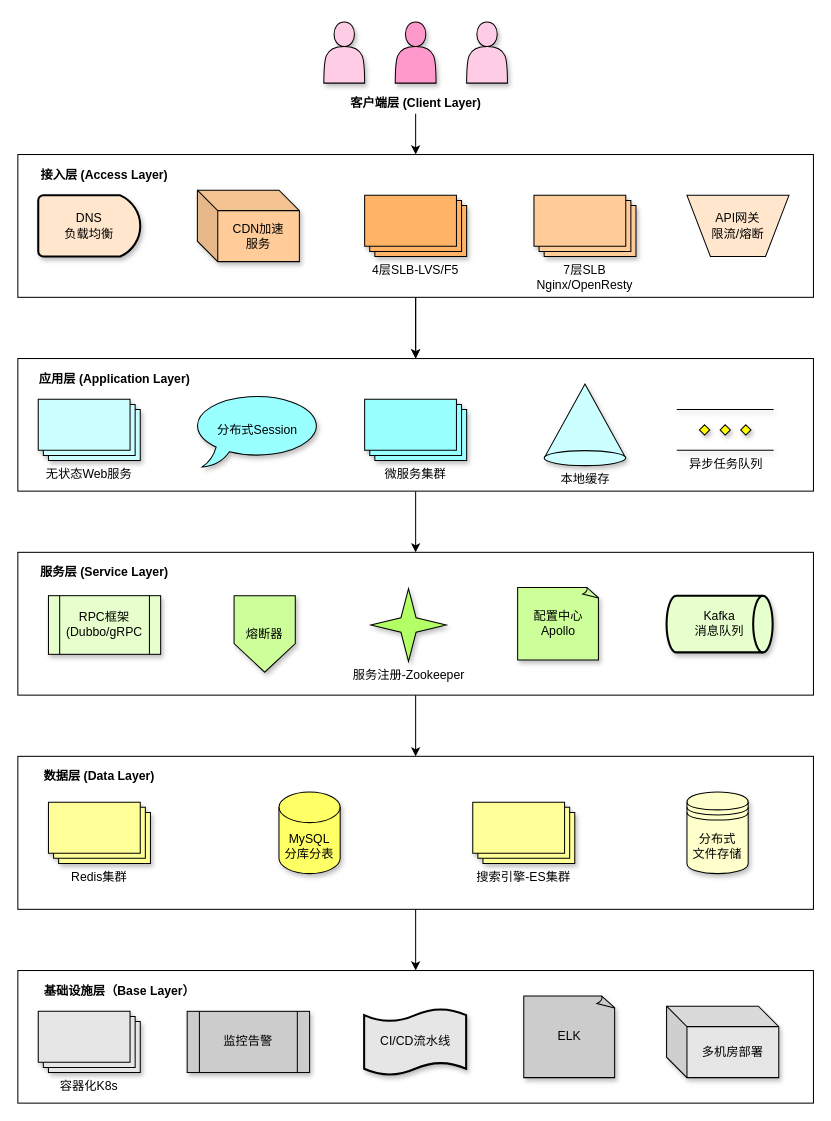
Above: achitecture_diagram/百万QPS分布式架构分层设计.drawio in abigalexy/online_drawing (draw.io), before the change. Source tidied: cells renumbered, new cells numbered last; positions are measured from the earlier drawing's top-left corner, leaving out a move shared by most shapes. Both pictures are drawn from the tidied source at 102%, with x=0, y=0 at pixel (17, 21).
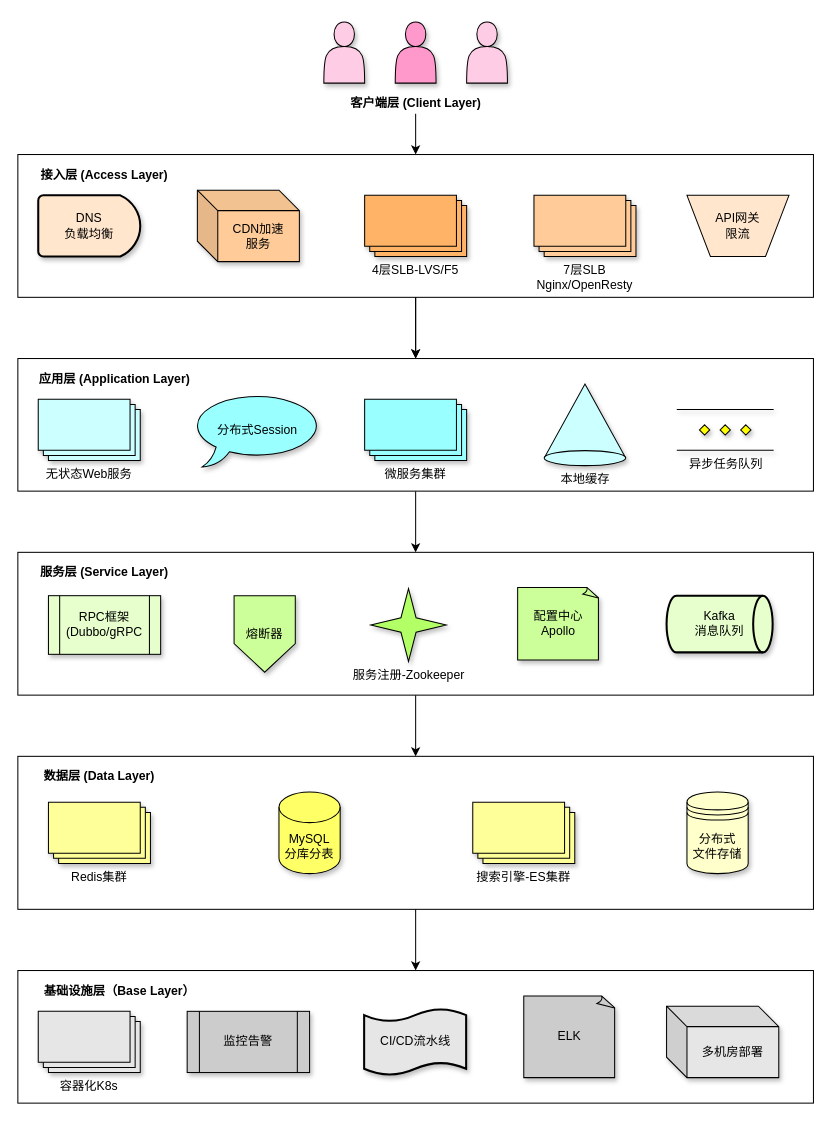
Above is the later version.

Commit message:
更新百万QPS分布式架构分层设计.drawio

Diff of the diagram source:
```diff
@@
-    <mxCell id="49" value="API网关&lt;br&gt;限流/熔断" style="verticalLabelPosition=middle;verticalAlign=middle;html=1;shape=trapezoid;perimeter=trapezoidPerimeter;whiteSpace=wrap;size=0.23;arcSize=10;flipV=1;labelPosition=center;align=center;fillColor=#FFE6CC;" parent="1" vertex="1">
+    <mxCell id="49" value="API网关&lt;br&gt;限流" style="verticalLabelPosition=middle;verticalAlign=middle;html=1;shape=trapezoid;perimeter=trapezoidPerimeter;whiteSpace=wrap;size=0.23;arcSize=10;flipV=1;labelPosition=center;align=center;fillColor=#FFE6CC;" parent="1" vertex="1">
       <mxGeometry x="656" y="170" width="100" height="60" as="geometry" />
     </mxCell>
```
